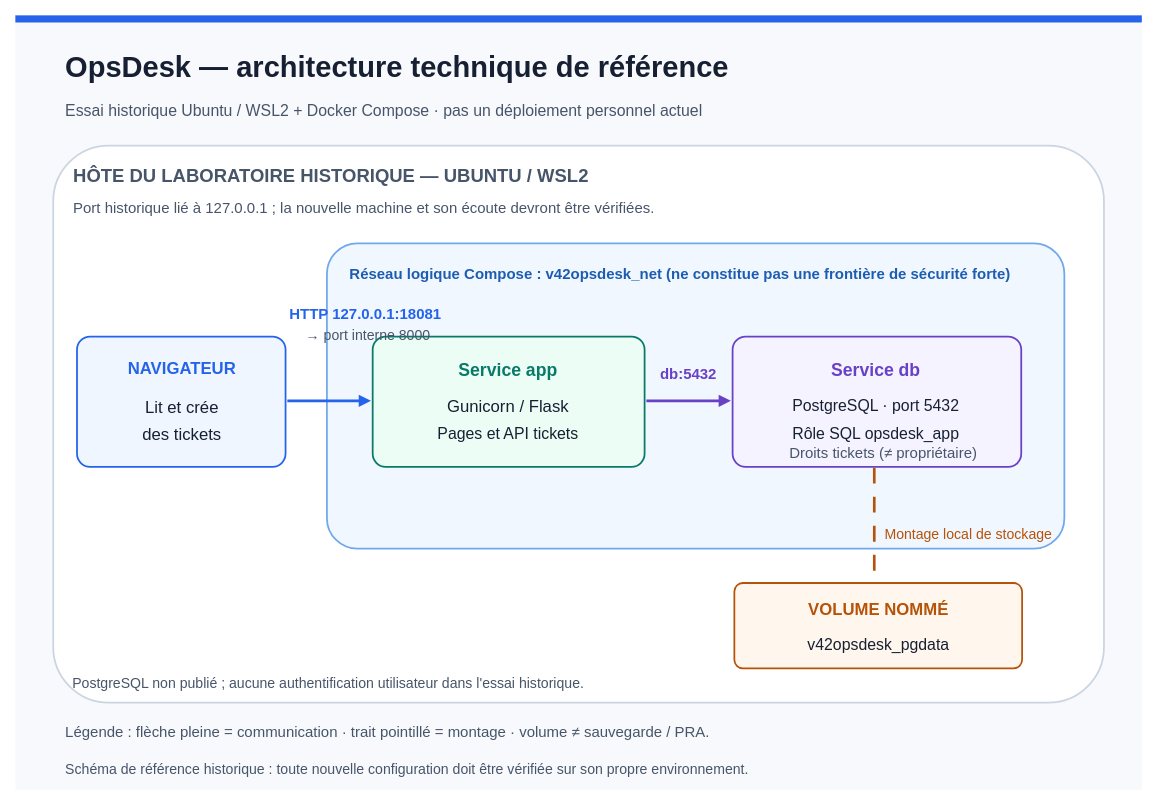
The draw.io diagram docs/diagrams/architecture-technique.drawio in mathiasseguincadiche/OpsDesk, before the edit. Source tidied: cells renumbered, new cells numbered last; positions are measured from the earlier drawing's top-left corner, leaving out a move shared by most shapes. Both pictures are drawn from the tidied source at 88%, with x=0, y=0 at pixel (15, 15).
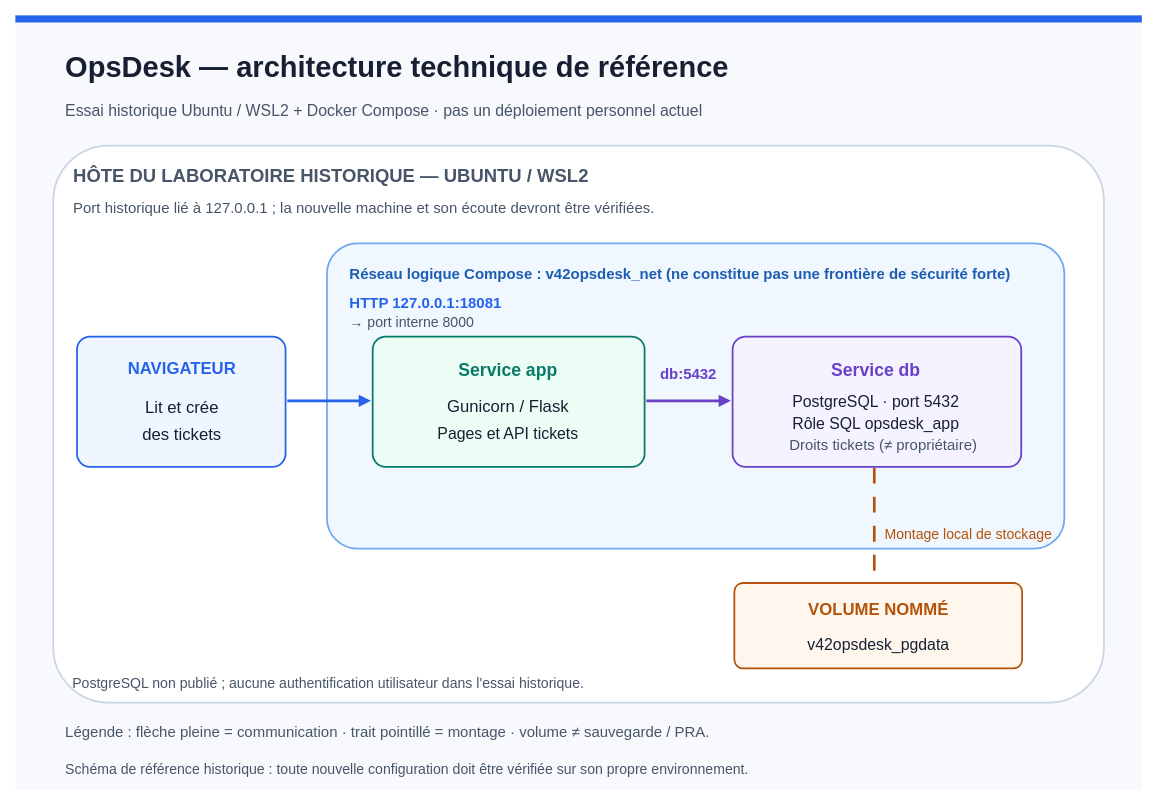
After the change.

Change to the diagram source:
```diff
@@
     <mxCell id="25" value="PostgreSQL · port 5432" style="text;html=0;whiteSpace=wrap;align=center;verticalAlign=middle;fillColor=none;strokeColor=none;fontFamily=Arial;fontSize=18;fontColor=#172033;fontStyle=0;spacing=0;" parent="1" vertex="1">
-      <mxGeometry x="825" y="429" width="306" height="30" as="geometry" />
+      <mxGeometry x="825" y="425" width="306" height="30" as="geometry" />
     </mxCell>
     <mxCell id="26" value="Rôle SQL opsdesk_app" style="text;html=0;whiteSpace=wrap;align=center;verticalAlign=middle;fillColor=none;strokeColor=none;fontFamily=Arial;fontSize=18;fontColor=#172033;fontStyle=0;spacing=0;" parent="1" vertex="1">
-      <mxGeometry x="825" y="461" width="306" height="30" as="geometry" />
+      <mxGeometry x="825" y="449" width="306" height="30" as="geometry" />
     </mxCell>
-    <mxCell id="27" value="HTTP 127.0.0.1:18081" style="text;html=0;whiteSpace=wrap;align=center;verticalAlign=middle;fillColor=none;strokeColor=none;fontFamily=Arial;fontSize=17;fontColor=#2563eb;fontStyle=1;spacing=0;" parent="1" vertex="1">
-      <mxGeometry x="273" y="325" width="250" height="29" as="geometry" />
+    <mxCell id="27" value="HTTP 127.0.0.1:18081" style="text;html=0;whiteSpace=wrap;align=left;verticalAlign=middle;fillColor=none;strokeColor=none;fontFamily=Arial;fontSize=17;fontColor=#2563eb;fontStyle=1;spacing=0;" parent="1" vertex="1">
+      <mxGeometry x="380" y="313" width="250" height="29" as="geometry" />
     </mxCell>
-    <mxCell id="28" value="→ port interne 8000" style="text;html=0;whiteSpace=wrap;align=center;verticalAlign=middle;fillColor=none;strokeColor=none;fontFamily=Arial;fontSize=16;fontColor=#475569;fontStyle=0;spacing=0;" parent="1" vertex="1">
-      <mxGeometry x="286" y="349" width="230" height="28" as="geometry" />
+    <mxCell id="28" value="→ port interne 8000" style="text;html=0;whiteSpace=wrap;align=left;verticalAlign=middle;fillColor=none;strokeColor=none;fontFamily=Arial;fontSize=16;fontColor=#475569;fontStyle=0;spacing=0;" parent="1" vertex="1">
+      <mxGeometry x="380" y="335" width="250" height="28" as="geometry" />
     </mxCell>
@@
     <mxCell id="30" value="Droits tickets (≠ propriétaire)" style="text;html=0;whiteSpace=wrap;align=center;verticalAlign=middle;fillColor=none;strokeColor=none;fontFamily=Arial;fontSize=17;fontColor=#475569;fontStyle=0;spacing=0;" parent="1" vertex="1">
-      <mxGeometry x="829" y="484" width="315" height="29" as="geometry" />
+      <mxGeometry x="829" y="474" width="315" height="29" as="geometry" />
     </mxCell>
```
